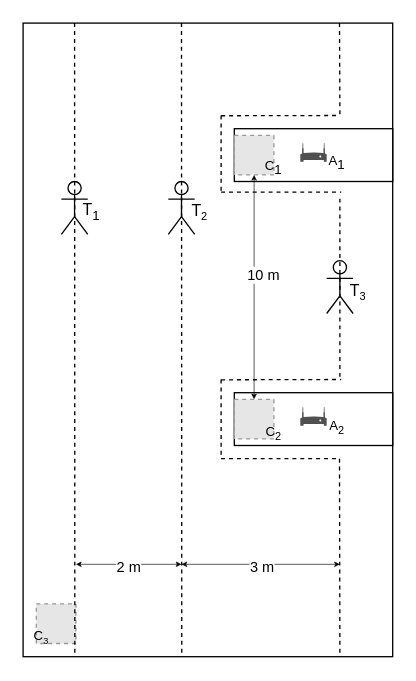
Razyapoo/Indoor-Positioning-System keeps this draw.io diagram as Experiments/Scenario 1/scenario_1.drawio. Above is the earlier version. Source tidied: cells renumbered, new cells numbered last; positions are measured from the earlier drawing's top-left corner, leaving out a move shared by most shapes. Both pictures are drawn from the tidied source at 132%, with x=0, y=0 at pixel (22, 22). Pictures stored in the file or linked from it are replaced by grey dashed boxes.
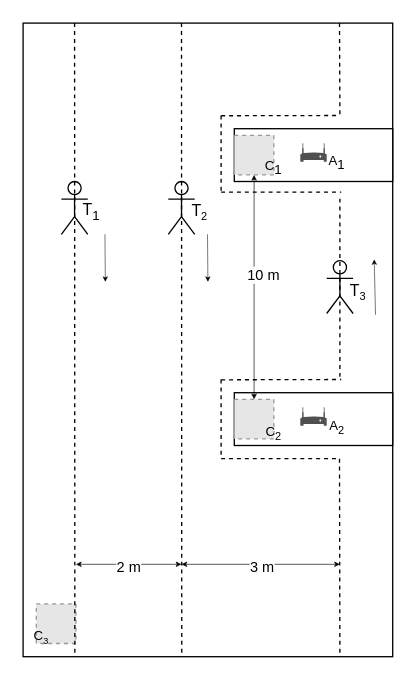
Above is the later version.

What changed in the source:
```diff
@@
+    <mxCell id="38" style="endArrow=classic;html=1;rounded=0;strokeWidth=0.4;fontSize=10;startSize=3;endSize=3;" parent="1" edge="1">
+      <mxGeometry relative="1" as="geometry">
+        <mxPoint x="139.7" y="160" as="sourcePoint" />
+        <mxPoint x="140" y="196" as="targetPoint" />
+      </mxGeometry>
+    </mxCell>
+    <mxCell id="39" style="endArrow=classic;html=1;rounded=0;strokeWidth=0.4;fontSize=10;startSize=3;endSize=3;" parent="1" edge="1">
+      <mxGeometry relative="1" as="geometry">
+        <mxPoint x="62" y="160" as="sourcePoint" />
+        <mxPoint x="62.3" y="196" as="targetPoint" />
+      </mxGeometry>
+    </mxCell>
+    <mxCell id="40" style="endArrow=classic;html=1;rounded=0;strokeWidth=0.4;fontSize=10;startSize=3;endSize=3;" parent="1" edge="1">
+      <mxGeometry relative="1" as="geometry">
+        <mxPoint x="267" y="221" as="sourcePoint" />
+        <mxPoint x="266" y="179" as="targetPoint" />
+      </mxGeometry>
+    </mxCell>
```
